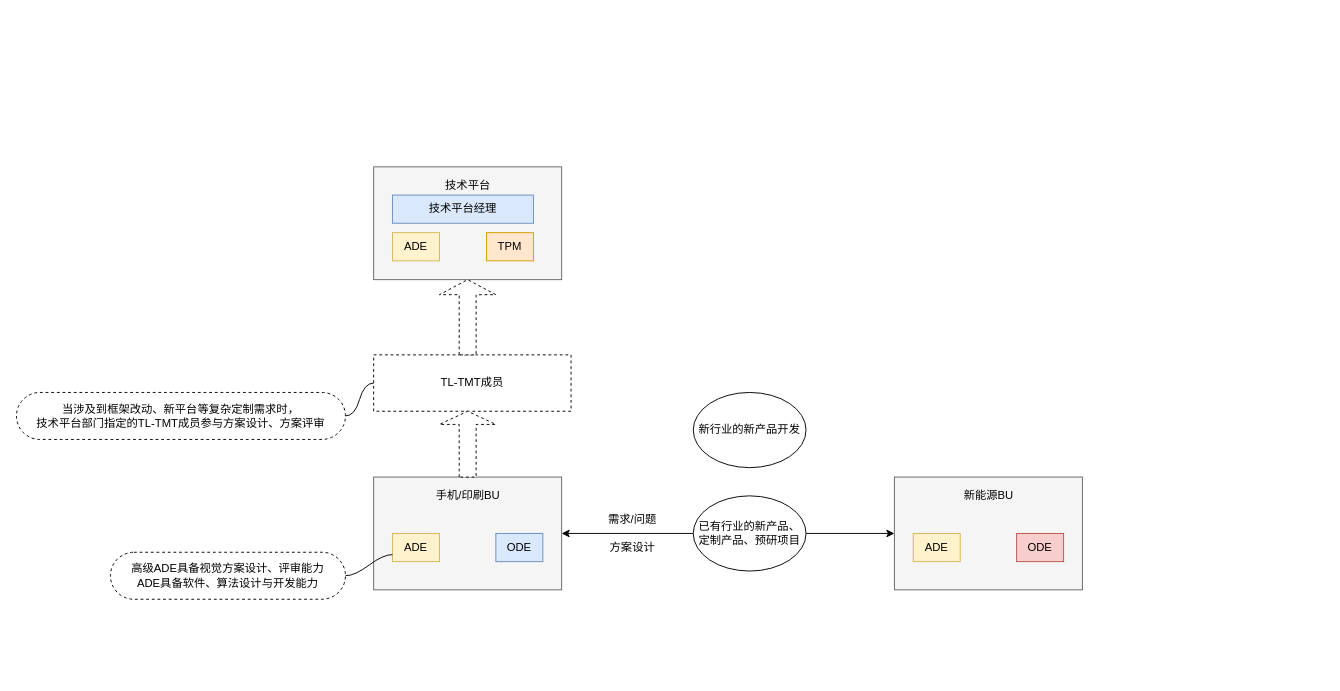
This is page "技术平台和干系部门的交互逻辑" (1 of 2) of drawio/未命名绘图.drawio from Guyiguang/-DrawIO, a draw.io file, before an edit. Source tidied: cells renumbered, new cells numbered last; positions are measured from the earlier drawing's top-left corner, leaving out a move shared by most shapes. Both pictures are drawn from the tidied source at 94%, with x=0, y=0 at pixel (16, 166).
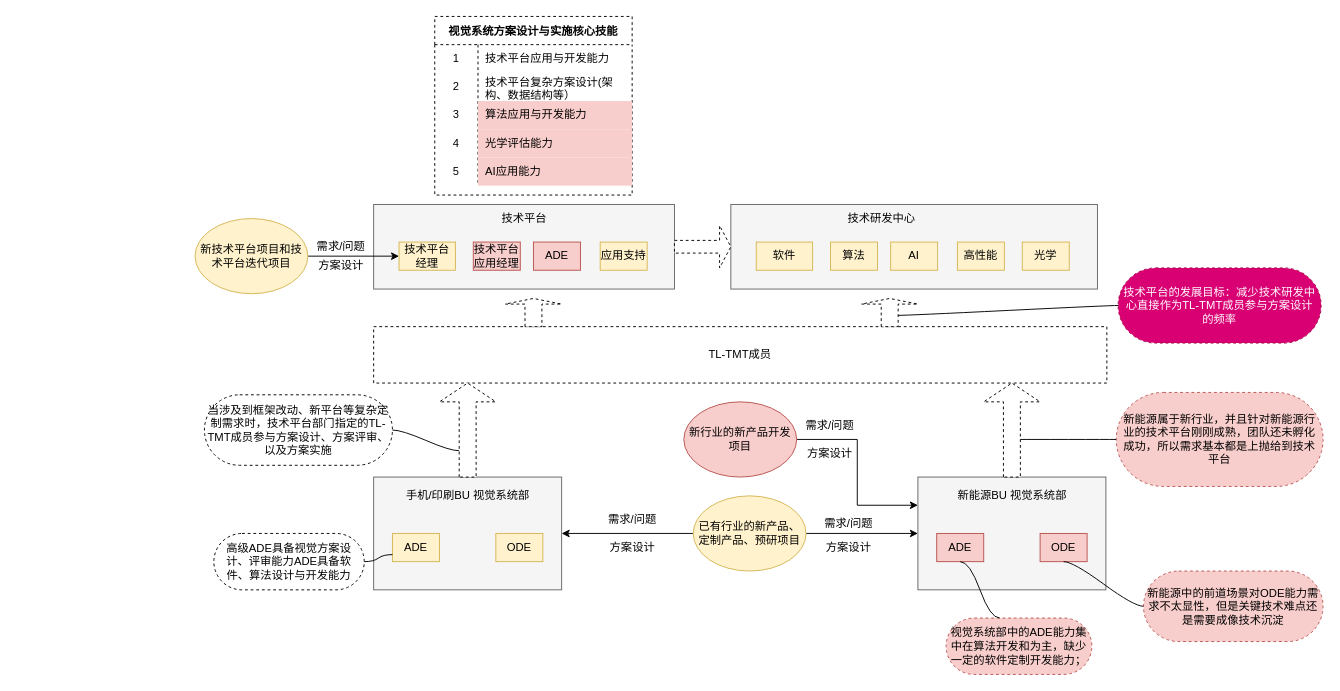
The same diagram, later.

Commit message:
更新未命名绘图.drawio

What changed in the source:
```diff
@@
-    <mxCell id="3" value="手机/印刷BU" style="text;html=1;align=center;verticalAlign=middle;strokeColor=none;fillColor=none;" parent="1" vertex="1">
-      <mxGeometry x="435" y="335" width="90" height="30" as="geometry" />
+    <mxCell id="3" value="手机/印刷BU 视觉系统部" style="text;html=1;align=center;verticalAlign=middle;strokeColor=none;fillColor=none;" parent="1" vertex="1">
+      <mxGeometry x="405" y="335" width="150" height="30" as="geometry" />
     </mxCell>
@@
-    <mxCell id="7" value="已有行业的新产品、定制产品、预研项目" style="ellipse;whiteSpace=wrap;html=1;" parent="1" vertex="1">
+    <mxCell id="7" value="已有行业的新产品、定制产品、预研项目" style="ellipse;whiteSpace=wrap;html=1;fillColor=#fff2cc;strokeColor=#d6b656;" parent="1" vertex="1">
       <mxGeometry x="720" y="350" width="120" height="80" as="geometry" />
     </mxCell>
@@
-    <mxCell id="10" value="ODE" style="rounded=0;whiteSpace=wrap;html=1;fillColor=#dae8fc;strokeColor=#6c8ebf;" parent="1" vertex="1">
+    <mxCell id="10" value="ODE" style="rounded=0;whiteSpace=wrap;html=1;fillColor=#fff2cc;strokeColor=#d6b656;" parent="1" vertex="1">
       <mxGeometry x="510" y="390" width="50" height="30" as="geometry" />
     </mxCell>
+    <mxCell id="28" style="edgeStyle=orthogonalEdgeStyle;rounded=0;jettySize=auto;html=1;exitX=1;exitY=0.5;exitDx=0;exitDy=0;entryX=0;entryY=0.25;entryDx=0;entryDy=0;" parent="1" edge="1" source="11" target="19">
+      <mxGeometry relative="1" as="geometry" />
+    </mxCell>
-    <mxCell id="11" value="新行业的新产品开发" style="ellipse;whiteSpace=wrap;html=1;" parent="1" vertex="1">
-      <mxGeometry x="720" y="240" width="120" height="80" as="geometry" />
+    <mxCell id="11" value="新行业的新产品开发项目" style="ellipse;whiteSpace=wrap;html=1;fillColor=#f8cecc;strokeColor=#b85450;" parent="1" vertex="1">
+      <mxGeometry x="710" y="250" width="120" height="80" as="geometry" />
     </mxCell>
     <mxCell id="12" value="TL-TMT成员" style="rounded=0;whiteSpace=wrap;html=1;dashed=1;" parent="1" vertex="1">
-      <mxGeometry x="380" y="200" width="210" height="60" as="geometry" />
+      <mxGeometry x="380" y="170" width="780" height="60" as="geometry" />
     </mxCell>
     <mxCell id="13" style="rounded=0;whiteSpace=wrap;html=1;fillColor=#f5f5f5;fontColor=#333333;strokeColor=#666666;" parent="1" vertex="1">
-      <mxGeometry x="380" width="200" height="120" as="geometry" />
+      <mxGeometry x="380" y="40" width="320" height="90" as="geometry" />
     </mxCell>
     <mxCell id="14" value="技术平台" style="text;html=1;align=center;verticalAlign=middle;strokeColor=none;fillColor=none;" parent="1" vertex="1">
-      <mxGeometry x="445" y="5" width="70" height="30" as="geometry" />
+      <mxGeometry x="505" y="40" width="70" height="30" as="geometry" />
     </mxCell>
-    <mxCell id="15" value="ADE" style="rounded=0;whiteSpace=wrap;html=1;fillColor=#fff2cc;strokeColor=#d6b656;" parent="1" vertex="1">
-      <mxGeometry x="400" y="70" width="50" height="30" as="geometry" />
+    <mxCell id="15" value="ADE" style="rounded=0;whiteSpace=wrap;html=1;fillColor=#f8cecc;strokeColor=#b85450;" parent="1" vertex="1">
+      <mxGeometry x="550" y="80" width="50" height="30" as="geometry" />
     </mxCell>
-    <mxCell id="16" value="TPM" style="rounded=0;whiteSpace=wrap;html=1;fillColor=#ffe6cc;strokeColor=#d79b00;" parent="1" vertex="1">
-      <mxGeometry x="500" y="70" width="50" height="30" as="geometry" />
+    <mxCell id="16" value="技术平台应用经理" style="rounded=0;whiteSpace=wrap;html=1;fillColor=#f8cecc;strokeColor=#b85450;" parent="1" vertex="1">
+      <mxGeometry x="486" y="80" width="50" height="30" as="geometry" />
     </mxCell>
     <mxCell id="17" style="shape=singleArrow;direction=north;whiteSpace=wrap;html=1;dashed=1;" parent="1" vertex="1">
-      <mxGeometry x="450" y="260" width="60" height="70" as="geometry" />
+      <mxGeometry x="450" y="230" width="60" height="100" as="geometry" />
     </mxCell>
     <mxCell id="18" style="shape=singleArrow;direction=north;whiteSpace=wrap;html=1;dashed=1;" parent="1" vertex="1">
-      <mxGeometry x="450" y="120" width="60" height="80" as="geometry" />
+      <mxGeometry x="520" y="140" width="60" height="30" as="geometry" />
     </mxCell>
     <mxCell id="19" style="rounded=0;whiteSpace=wrap;html=1;fillColor=#f5f5f5;fontColor=#333333;strokeColor=#666666;" parent="1" vertex="1">
-      <mxGeometry x="934" y="330" width="200" height="120" as="geometry" />
+      <mxGeometry x="959" y="330" width="200" height="120" as="geometry" />
     </mxCell>
-    <mxCell id="20" value="新能源BU" style="text;html=1;align=center;verticalAlign=middle;strokeColor=none;fillColor=none;" parent="1" vertex="1">
-      <mxGeometry x="994" y="335" width="80" height="30" as="geometry" />
+    <mxCell id="20" value="新能源BU 视觉系统部" style="text;html=1;align=center;verticalAlign=middle;strokeColor=none;fillColor=none;" parent="1" vertex="1">
+      <mxGeometry x="989" y="335" width="140" height="30" as="geometry" />
     </mxCell>
-    <mxCell id="21" value="ADE" style="rounded=0;whiteSpace=wrap;html=1;fillColor=#fff2cc;strokeColor=#d6b656;" parent="1" vertex="1">
-      <mxGeometry x="954" y="390" width="50" height="30" as="geometry" />
+    <mxCell id="21" value="ADE" style="rounded=0;whiteSpace=wrap;html=1;fillColor=#f8cecc;strokeColor=#b85450;" parent="1" vertex="1">
+      <mxGeometry x="979" y="390" width="50" height="30" as="geometry" />
     </mxCell>
     <mxCell id="22" value="ODE" style="rounded=0;whiteSpace=wrap;html=1;fillColor=#f8cecc;strokeColor=#b85450;" parent="1" vertex="1">
-      <mxGeometry x="1064" y="390" width="50" height="30" as="geometry" />
+      <mxGeometry x="1089" y="390" width="50" height="30" as="geometry" />
     </mxCell>
-    <mxCell id="23" value="高级ADE具备视觉方案设计、评审能力&lt;br&gt;ADE具备软件、算法设计与开发能力" style="whiteSpace=wrap;html=1;rounded=1;arcSize=50;align=center;verticalAlign=middle;strokeWidth=1;spacing=4;newEdgeStyle={&quot;edgeStyle&quot;:&quot;entityRelationEdgeStyle&quot;,&quot;startArrow&quot;:&quot;none&quot;,&quot;endArrow&quot;:&quot;none&quot;,&quot;segment&quot;:10,&quot;curved&quot;:1};dashed=1;" parent="1" vertex="1">
-      <mxGeometry x="100" y="410" width="250" height="50" as="geometry" />
+    <mxCell id="23" value="高级ADE具备视觉方案设计、评审能力ADE具备软件、算法设计与开发能力" style="whiteSpace=wrap;html=1;rounded=1;arcSize=50;align=center;verticalAlign=middle;strokeWidth=1;spacing=4;newEdgeStyle={&quot;edgeStyle&quot;:&quot;entityRelationEdgeStyle&quot;,&quot;startArrow&quot;:&quot;none&quot;,&quot;endArrow&quot;:&quot;none&quot;,&quot;segment&quot;:10,&quot;curved&quot;:1};dashed=1;" parent="1" vertex="1">
+      <mxGeometry x="210" y="390" width="160" height="60" as="geometry" />
     </mxCell>
@@
-    <mxCell id="25" value="当涉及到框架改动、新平台等复杂定制需求时，&lt;br&gt;技术平台部门指定的TL-TMT成员参与方案设计、方案评审" style="whiteSpace=wrap;html=1;rounded=1;arcSize=50;align=center;verticalAlign=middle;strokeWidth=1;spacing=4;newEdgeStyle={&quot;edgeStyle&quot;:&quot;entityRelationEdgeStyle&quot;,&quot;startArrow&quot;:&quot;none&quot;,&quot;endArrow&quot;:&quot;none&quot;,&quot;segment&quot;:10,&quot;curved&quot;:1};dashed=1;" parent="1" vertex="1">
-      <mxGeometry y="240" width="350" height="50" as="geometry" />
+    <mxCell id="25" value="当涉及到框架改动、新平台等复杂定制需求时，技术平台部门指定的TL-TMT成员参与方案设计、方案评审、以及方案实施" style="whiteSpace=wrap;html=1;rounded=1;arcSize=50;align=center;verticalAlign=middle;strokeWidth=1;spacing=4;newEdgeStyle={&quot;edgeStyle&quot;:&quot;entityRelationEdgeStyle&quot;,&quot;startArrow&quot;:&quot;none&quot;,&quot;endArrow&quot;:&quot;none&quot;,&quot;segment&quot;:10,&quot;curved&quot;:1};dashed=1;" parent="1" vertex="1">
+      <mxGeometry x="200" y="242.5" width="200" height="75" as="geometry" />
     </mxCell>
-    <mxCell id="26" style="edgeStyle=entityRelationEdgeStyle;startArrow=none;endArrow=none;segment=10;curved=1;rounded=0;exitX=0;exitY=0.5;exitDx=0;exitDy=0;" parent="1" edge="1" source="12" target="25">
+    <mxCell id="26" style="edgeStyle=entityRelationEdgeStyle;startArrow=none;endArrow=none;segment=10;curved=1;rounded=0;exitX=0;exitY=0;exitDx=28;exitDy=21;exitPerimeter=0;" parent="1" edge="1" source="17" target="25">
       <mxGeometry relative="1" as="geometry" />
     </mxCell>
-    <mxCell id="27" value="技术平台经理" style="rounded=0;whiteSpace=wrap;html=1;fillColor=#dae8fc;strokeColor=#6c8ebf;" parent="1" vertex="1">
-      <mxGeometry x="400" y="30" width="150" height="30" as="geometry" />
+    <mxCell id="27" value="技术平台经理" style="rounded=0;whiteSpace=wrap;html=1;fillColor=#fff2cc;strokeColor=#d6b656;" parent="1" vertex="1">
+      <mxGeometry x="407" y="80" width="60" height="30" as="geometry" />
     </mxCell>
+    <mxCell id="29" value="需求/问题" style="text;html=1;align=center;verticalAlign=middle;strokeColor=none;fillColor=none;" parent="1" vertex="1">
+      <mxGeometry x="830" y="260" width="70" height="30" as="geometry" />
+    </mxCell>
+    <mxCell id="30" value="方案设计" style="text;html=1;align=center;verticalAlign=middle;strokeColor=none;fillColor=none;" parent="1" vertex="1">
+      <mxGeometry x="830" y="290" width="70" height="30" as="geometry" />
+    </mxCell>
+    <mxCell id="31" value="应用支持" style="rounded=0;whiteSpace=wrap;html=1;fillColor=#fff2cc;strokeColor=#d6b656;" parent="1" vertex="1">
+      <mxGeometry x="621" y="80" width="50" height="30" as="geometry" />
+    </mxCell>
+    <mxCell id="32" value="需求/问题" style="text;html=1;align=center;verticalAlign=middle;strokeColor=none;fillColor=none;" parent="1" vertex="1">
+      <mxGeometry x="850" y="365" width="70" height="30" as="geometry" />
+    </mxCell>
+    <mxCell id="33" value="方案设计" style="text;html=1;align=center;verticalAlign=middle;strokeColor=none;fillColor=none;" parent="1" vertex="1">
+      <mxGeometry x="850" y="390" width="70" height="30" as="geometry" />
+    </mxCell>
+    <mxCell id="34" style="shape=singleArrow;direction=north;whiteSpace=wrap;html=1;dashed=1;" parent="1" vertex="1">
+      <mxGeometry x="1029" y="230" width="60" height="100" as="geometry" />
+    </mxCell>
+    <mxCell id="35" value="新能源属于新行业，并且针对新能源行业的技术平台刚刚成熟，团队还未孵化成功，所以需求基本都是上抛给到技术平台" style="whiteSpace=wrap;html=1;rounded=1;arcSize=50;align=center;verticalAlign=middle;strokeWidth=1;spacing=4;newEdgeStyle={&quot;edgeStyle&quot;:&quot;entityRelationEdgeStyle&quot;,&quot;startArrow&quot;:&quot;none&quot;,&quot;endArrow&quot;:&quot;none&quot;,&quot;segment&quot;:10,&quot;curved&quot;:1};dashed=1;fillColor=#f8cecc;strokeColor=#b85450;" parent="1" vertex="1">
+      <mxGeometry x="1170" y="240" width="220" height="100" as="geometry" />
+    </mxCell>
+    <mxCell id="36" style="edgeStyle=entityRelationEdgeStyle;startArrow=none;endArrow=none;segment=10;curved=1;rounded=0;exitX=0;exitY=0;exitDx=40;exitDy=39;exitPerimeter=0;" parent="1" edge="1" source="34" target="35">
+      <mxGeometry relative="1" as="geometry" />
+    </mxCell>
+    <mxCell id="37" style="rounded=0;whiteSpace=wrap;html=1;fillColor=#f5f5f5;fontColor=#333333;strokeColor=#666666;" parent="1" vertex="1">
+      <mxGeometry x="760" y="40" width="390" height="90" as="geometry" />
+    </mxCell>
+    <mxCell id="38" value="技术研发中心" style="text;html=1;align=center;verticalAlign=middle;strokeColor=none;fillColor=none;" parent="1" vertex="1">
+      <mxGeometry x="870" y="40" width="100" height="30" as="geometry" />
+    </mxCell>
+    <mxCell id="39" value="AI" style="rounded=0;whiteSpace=wrap;html=1;fillColor=#fff2cc;strokeColor=#d6b656;" parent="1" vertex="1">
+      <mxGeometry x="930" y="80" width="50" height="30" as="geometry" />
+    </mxCell>
+    <mxCell id="40" value="算法" style="rounded=0;whiteSpace=wrap;html=1;fillColor=#fff2cc;strokeColor=#d6b656;" parent="1" vertex="1">
+      <mxGeometry x="866" y="80" width="50" height="30" as="geometry" />
+    </mxCell>
+    <mxCell id="41" value="软件" style="rounded=0;whiteSpace=wrap;html=1;fillColor=#fff2cc;strokeColor=#d6b656;" parent="1" vertex="1">
+      <mxGeometry x="787" y="80" width="60" height="30" as="geometry" />
+    </mxCell>
+    <mxCell id="42" value="高性能" style="rounded=0;whiteSpace=wrap;html=1;fillColor=#fff2cc;strokeColor=#d6b656;" parent="1" vertex="1">
+      <mxGeometry x="1001" y="80" width="50" height="30" as="geometry" />
+    </mxCell>
+    <mxCell id="43" style="shape=singleArrow;direction=north;whiteSpace=wrap;html=1;dashed=1;" parent="1" vertex="1">
+      <mxGeometry x="899" y="140" width="60" height="30" as="geometry" />
+    </mxCell>
+    <mxCell id="44" value="视觉系统部中的ADE能力集中在算法开发和为主，缺少一定的软件定制开发能力；" style="whiteSpace=wrap;html=1;rounded=1;arcSize=50;align=center;verticalAlign=middle;strokeWidth=1;spacing=4;newEdgeStyle={&quot;edgeStyle&quot;:&quot;entityRelationEdgeStyle&quot;,&quot;startArrow&quot;:&quot;none&quot;,&quot;endArrow&quot;:&quot;none&quot;,&quot;segment&quot;:10,&quot;curved&quot;:1};dashed=1;fillColor=#f8cecc;strokeColor=#b85450;" parent="1" vertex="1">
+      <mxGeometry x="989" y="480" width="155" height="60" as="geometry" />
+    </mxCell>
+    <mxCell id="45" style="edgeStyle=entityRelationEdgeStyle;startArrow=none;endArrow=none;segment=10;curved=1;rounded=0;exitX=0.5;exitY=1;exitDx=0;exitDy=0;entryX=0.368;entryY=0;entryDx=0;entryDy=0;entryPerimeter=0;" parent="1" edge="1" source="21" target="44">
+      <mxGeometry relative="1" as="geometry" />
+    </mxCell>
+    <mxCell id="46" value="新能源中的前道场景对ODE能力需求不太显性，但是关键技术难点还是需要成像技术沉淀" style="whiteSpace=wrap;html=1;rounded=1;arcSize=50;align=center;verticalAlign=middle;strokeWidth=1;spacing=4;newEdgeStyle={&quot;edgeStyle&quot;:&quot;entityRelationEdgeStyle&quot;,&quot;startArrow&quot;:&quot;none&quot;,&quot;endArrow&quot;:&quot;none&quot;,&quot;segment&quot;:10,&quot;curved&quot;:1};dashed=1;fillColor=#f8cecc;strokeColor=#b85450;" parent="1" vertex="1">
+      <mxGeometry x="1199" y="430" width="191" height="75" as="geometry" />
+    </mxCell>
+    <mxCell id="47" style="edgeStyle=entityRelationEdgeStyle;startArrow=none;endArrow=none;segment=10;curved=1;rounded=0;exitX=0.5;exitY=1;exitDx=0;exitDy=0;" parent="1" edge="1" source="22" target="46">
+      <mxGeometry relative="1" as="geometry" />
+    </mxCell>
+    <mxCell id="48" style="shape=singleArrow;whiteSpace=wrap;html=1;dashed=1;" parent="1" vertex="1">
+      <mxGeometry x="700" y="62.5" width="60" height="45" as="geometry" />
+    </mxCell>
+    <mxCell id="49" value="光学" style="rounded=0;whiteSpace=wrap;html=1;fillColor=#fff2cc;strokeColor=#d6b656;" parent="1" vertex="1">
+      <mxGeometry x="1070" y="80" width="50" height="30" as="geometry" />
+    </mxCell>
+    <mxCell id="50" style="edgeStyle=orthogonalEdgeStyle;rounded=0;jettySize=auto;html=1;exitX=1;exitY=0.5;exitDx=0;exitDy=0;entryX=0;entryY=0.5;entryDx=0;entryDy=0;" parent="1" edge="1" source="51" target="27">
+      <mxGeometry relative="1" as="geometry" />
+    </mxCell>
+    <mxCell id="51" value="新技术平台项目和技术平台迭代项目" style="ellipse;whiteSpace=wrap;html=1;fillColor=#fff2cc;strokeColor=#d6b656;" parent="1" vertex="1">
+      <mxGeometry x="190" y="55" width="120" height="80" as="geometry" />
+    </mxCell>
+    <mxCell id="52" value="需求/问题" style="text;html=1;align=center;verticalAlign=middle;strokeColor=none;fillColor=none;" parent="1" vertex="1">
+      <mxGeometry x="310" y="70" width="70" height="30" as="geometry" />
+    </mxCell>
+    <mxCell id="53" value="方案设计" style="text;html=1;align=center;verticalAlign=middle;strokeColor=none;fillColor=none;" parent="1" vertex="1">
+      <mxGeometry x="310" y="90" width="70" height="30" as="geometry" />
+    </mxCell>
+    <mxCell id="54" value="技术平台的发展目标：减少技术研发中心直接作为TL-TMT成员参与方案设计的频率" style="whiteSpace=wrap;html=1;rounded=1;arcSize=50;align=center;verticalAlign=middle;strokeWidth=1;spacing=4;newEdgeStyle={&quot;edgeStyle&quot;:&quot;entityRelationEdgeStyle&quot;,&quot;startArrow&quot;:&quot;none&quot;,&quot;endArrow&quot;:&quot;none&quot;,&quot;segment&quot;:10,&quot;curved&quot;:1};dashed=1;fillColor=#d80073;fontColor=#ffffff;strokeColor=#A50040;" parent="1" vertex="1">
+      <mxGeometry x="1172" y="107.5" width="216" height="80" as="geometry" />
+    </mxCell>
+    <mxCell id="55" style="edgeStyle=entityRelationEdgeStyle;startArrow=none;endArrow=none;segment=10;curved=1;rounded=0;exitX=0;exitY=0;exitDx=12;exitDy=39;exitPerimeter=0;" parent="1" edge="1" source="43" target="54">
+      <mxGeometry relative="1" as="geometry" />
+    </mxCell>
+    <mxCell id="56" value="视觉系统方案设计与实施核心技能" style="shape=table;startSize=30;childLayout=tableLayout;rowLines=0;fontStyle=1;dashed=1;" parent="1" vertex="1">
+      <mxGeometry x="445" y="-160" width="210" height="190" as="geometry" />
+    </mxCell>
+    <mxCell id="57" style="shape=tableRow;horizontal=0;startSize=0;swimlaneHead=0;swimlaneBody=0;top=0;left=0;bottom=0;right=0;fillColor=none;dashed=1;" parent="56" vertex="1">
+      <mxGeometry y="30" width="210" height="30" as="geometry" />
+    </mxCell>
+    <mxCell id="58" value="1" style="shape=partialRectangle;html=1;whiteSpace=wrap;fillColor=none;top=0;left=0;bottom=0;right=0;overflow=hidden;dashed=1;" parent="57" vertex="1">
+      <mxGeometry width="46" height="30" as="geometry" />
+    </mxCell>
+    <mxCell id="59" value="技术平台应用与开发能力" style="shape=partialRectangle;html=1;whiteSpace=wrap;fillColor=none;top=0;left=0;bottom=0;right=0;align=left;spacingLeft=6;overflow=hidden;dashed=1;" parent="57" vertex="1">
+      <mxGeometry x="46" width="164" height="30" as="geometry" />
+    </mxCell>
+    <mxCell id="60" style="shape=tableRow;horizontal=0;startSize=0;swimlaneHead=0;swimlaneBody=0;top=0;left=0;bottom=0;right=0;fillColor=none;dashed=1;" parent="56" vertex="1">
+      <mxGeometry y="60" width="210" height="30" as="geometry" />
+    </mxCell>
+    <mxCell id="61" value="2" style="shape=partialRectangle;html=1;whiteSpace=wrap;fillColor=none;top=0;left=0;bottom=0;right=0;overflow=hidden;dashed=1;" parent="60" vertex="1">
+      <mxGeometry width="46" height="30" as="geometry" />
+    </mxCell>
+    <mxCell id="62" value="技术平台复杂方案设计(架构、数据结构等）" style="shape=partialRectangle;html=1;whiteSpace=wrap;fillColor=none;top=0;left=0;bottom=0;right=0;align=left;spacingLeft=6;overflow=hidden;dashed=1;" parent="60" vertex="1">
+      <mxGeometry x="46" width="164" height="30" as="geometry" />
+    </mxCell>
+    <mxCell id="63" style="shape=tableRow;horizontal=0;startSize=0;swimlaneHead=0;swimlaneBody=0;top=0;left=0;bottom=0;right=0;fillColor=none;dashed=1;" parent="56" vertex="1">
+      <mxGeometry y="90" width="210" height="30" as="geometry" />
+    </mxCell>
+    <mxCell id="64" value="3" style="shape=partialRectangle;html=1;whiteSpace=wrap;fillColor=none;top=0;left=0;bottom=0;right=0;overflow=hidden;dashed=1;" parent="63" vertex="1">
+      <mxGeometry width="46" height="30" as="geometry" />
+    </mxCell>
+    <mxCell id="65" value="算法应用与开发能力" style="shape=partialRectangle;html=1;whiteSpace=wrap;fillColor=#f8cecc;top=0;left=0;bottom=0;right=0;align=left;spacingLeft=6;overflow=hidden;dashed=1;strokeColor=#b85450;" parent="63" vertex="1">
+      <mxGeometry x="46" width="164" height="30" as="geometry" />
+    </mxCell>
+    <mxCell id="66" style="shape=tableRow;horizontal=0;startSize=0;swimlaneHead=0;swimlaneBody=0;top=0;left=0;bottom=0;right=0;fillColor=none;dashed=1;" parent="56" vertex="1">
+      <mxGeometry y="120" width="210" height="30" as="geometry" />
+    </mxCell>
+    <mxCell id="67" value="4" style="shape=partialRectangle;html=1;whiteSpace=wrap;fillColor=none;top=0;left=0;bottom=0;right=0;overflow=hidden;dashed=1;" parent="66" vertex="1">
+      <mxGeometry width="46" height="30" as="geometry" />
+    </mxCell>
+    <mxCell id="68" value="光学评估能力" style="shape=partialRectangle;html=1;whiteSpace=wrap;fillColor=#f8cecc;top=0;left=0;bottom=0;right=0;align=left;spacingLeft=6;overflow=hidden;dashed=1;strokeColor=#b85450;" parent="66" vertex="1">
+      <mxGeometry x="46" width="164" height="30" as="geometry" />
+    </mxCell>
+    <mxCell id="69" style="shape=tableRow;horizontal=0;startSize=0;swimlaneHead=0;swimlaneBody=0;top=0;left=0;bottom=0;right=0;fillColor=none;dashed=1;" parent="56" vertex="1">
+      <mxGeometry y="150" width="210" height="30" as="geometry" />
+    </mxCell>
+    <mxCell id="70" value="5" style="shape=partialRectangle;html=1;whiteSpace=wrap;fillColor=none;top=0;left=0;bottom=0;right=0;overflow=hidden;dashed=1;" parent="69" vertex="1">
+      <mxGeometry width="46" height="30" as="geometry" />
+    </mxCell>
+    <mxCell id="71" value="AI应用能力" style="shape=partialRectangle;html=1;whiteSpace=wrap;fillColor=#f8cecc;top=0;left=0;bottom=0;right=0;align=left;spacingLeft=6;overflow=hidden;dashed=1;strokeColor=#b85450;" parent="69" vertex="1">
+      <mxGeometry x="46" width="164" height="30" as="geometry" />
+    </mxCell>
```
